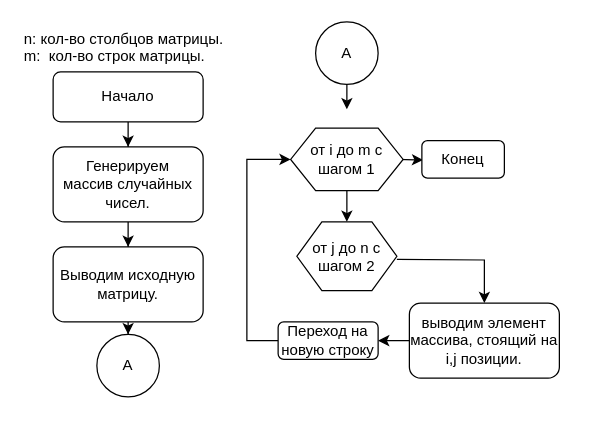
The draw.io diagram lab_3/task_1.drawio in async-master/nsm-avtf, before the edit. Source tidied: cells renumbered, new cells numbered last; positions are measured from the earlier drawing's top-left corner, leaving out a move shared by most shapes. Both pictures are drawn from the tidied source at 125%, with x=0, y=0 at pixel (21, 21).
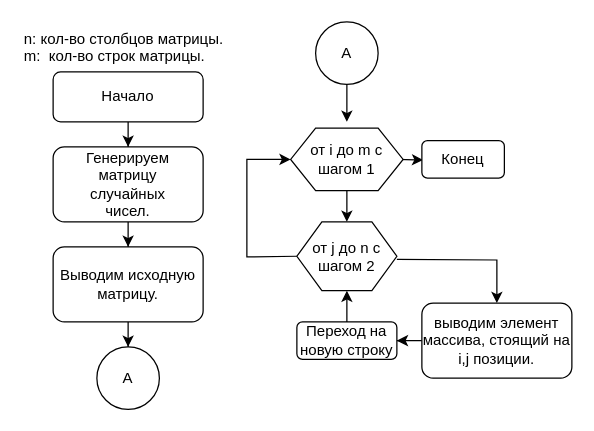
After the change.

Unchanged cells that the change refers to:
```xml
<mxCell id="17" value="A" style="ellipse;whiteSpace=wrap;html=1;rounded=1;glass=0;strokeWidth=1;shadow=0;" parent="1" vertex="1">
  <mxGeometry x="235" width="50" height="50" as="geometry" />
</mxCell>
<mxCell id="21" value="от i до m с шагом 1" style="shape=hexagon;perimeter=hexagonPerimeter2;whiteSpace=wrap;html=1;fixedSize=1;" parent="1" vertex="1">
  <mxGeometry x="215" y="85" width="90" height="50" as="geometry" />
</mxCell>
<mxCell id="22" value="от j до n с шагом 2" style="shape=hexagon;perimeter=hexagonPerimeter2;whiteSpace=wrap;html=1;fixedSize=1;" parent="1" vertex="1">
  <mxGeometry x="220" y="160" width="80" height="55" as="geometry" />
</mxCell>
```

The edit, as a diff of the source:
```diff
@@
-    <mxCell id="5" value="&lt;div&gt;Генерируем&lt;/div&gt;&lt;div&gt;массив случайных&lt;/div&gt;&lt;div&gt;чисел.&lt;br&gt;&lt;/div&gt;" style="whiteSpace=wrap;html=1;rounded=1;glass=0;strokeWidth=1;shadow=0;" parent="1" vertex="1">
+    <mxCell id="5" value="&lt;div&gt;Генерируем&lt;/div&gt;матрицу&lt;div&gt;случайных&lt;/div&gt;&lt;div&gt;чисел.&lt;br&gt;&lt;/div&gt;" style="whiteSpace=wrap;html=1;rounded=1;glass=0;strokeWidth=1;shadow=0;" parent="1" vertex="1">
       <mxGeometry x="25" y="100" width="120" height="60" as="geometry" />
     </mxCell>
@@
     <mxCell id="13" value="выводим элемент массива, стоящий на i,j позиции." style="whiteSpace=wrap;html=1;rounded=1;glass=0;strokeWidth=1;shadow=0;" parent="1" vertex="1">
-      <mxGeometry x="310" y="225" width="120" height="60" as="geometry" />
+      <mxGeometry x="320" y="225" width="120" height="60" as="geometry" />
     </mxCell>
-    <mxCell id="14" style="endArrow=classic;html=1;rounded=0;entryX=0;entryY=0.5;entryDx=0;entryDy=0;exitX=0;exitY=0.5;exitDx=0;exitDy=0;" parent="1" edge="1" source="19" target="21">
+    <mxCell id="14" style="endArrow=classic;html=1;rounded=0;entryX=0;entryY=0.5;entryDx=0;entryDy=0;exitX=0;exitY=0.5;exitDx=0;exitDy=0;" parent="1" edge="1" source="22" target="21">
       <mxGeometry relative="1" as="geometry">
         <Array as="points">
-          <mxPoint x="180" y="255" />
+          <mxPoint x="180" y="188" />
           <mxPoint x="180" y="110" />
         </Array>
       </mxGeometry>
     </mxCell>
     <mxCell id="15" value="A" style="ellipse;whiteSpace=wrap;html=1;rounded=1;glass=0;strokeWidth=1;shadow=0;" parent="1" vertex="1">
-      <mxGeometry x="60" y="250" width="50" height="50" as="geometry" />
+      <mxGeometry x="60" y="260" width="50" height="50" as="geometry" />
     </mxCell>
     <mxCell id="16" style="edgeStyle=orthogonalEdgeStyle;rounded=0;jettySize=auto;html=1;" parent="1" edge="1" source="17">
       <mxGeometry relative="1" as="geometry">
-        <mxPoint x="260" y="70" as="targetPoint" />
+        <mxPoint x="260" y="80" as="targetPoint" />
       </mxGeometry>
     </mxCell>
@@
+    <mxCell id="23" style="edgeStyle=orthogonalEdgeStyle;rounded=0;jettySize=auto;html=1;" parent="1" edge="1" source="19" target="22">
+      <mxGeometry relative="1" as="geometry" />
+    </mxCell>
     <mxCell id="19" value="Переход на новую строку" style="whiteSpace=wrap;html=1;rounded=1;glass=0;strokeWidth=1;shadow=0;" parent="1" vertex="1">
-      <mxGeometry x="205" y="240" width="80" height="30" as="geometry" />
+      <mxGeometry x="220" y="240" width="80" height="30" as="geometry" />
     </mxCell>
```
